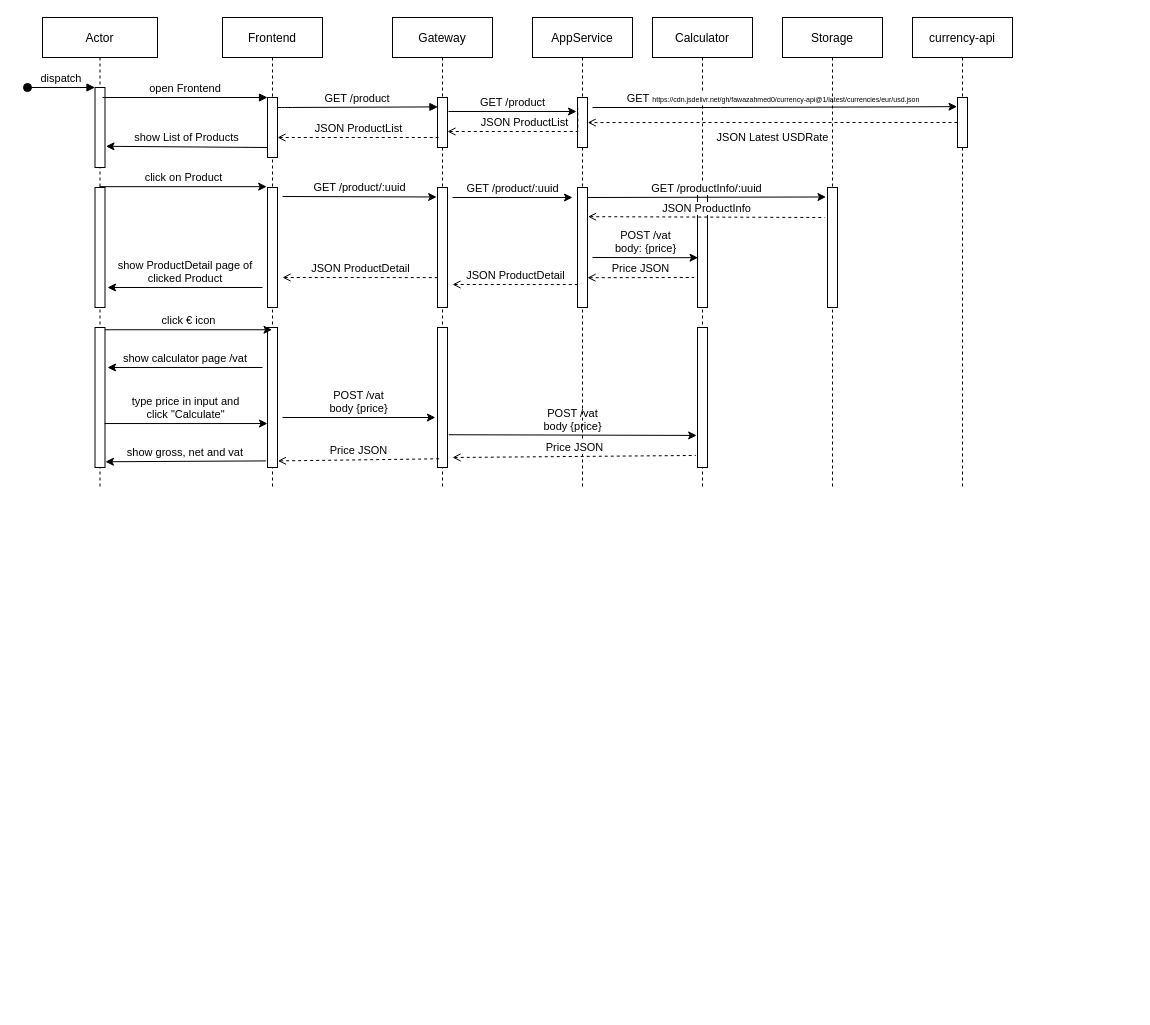
Above: sequence-diagram/sequenceNoMQ.drawio in sayildiz/kbe_documentation (draw.io), before the change. Source tidied: cells renumbered, new cells numbered last; positions are measured from the earlier drawing's top-left corner, leaving out a move shared by most shapes. Both pictures are drawn from the tidied source at 100%, with x=0, y=0 at pixel (27, 17).
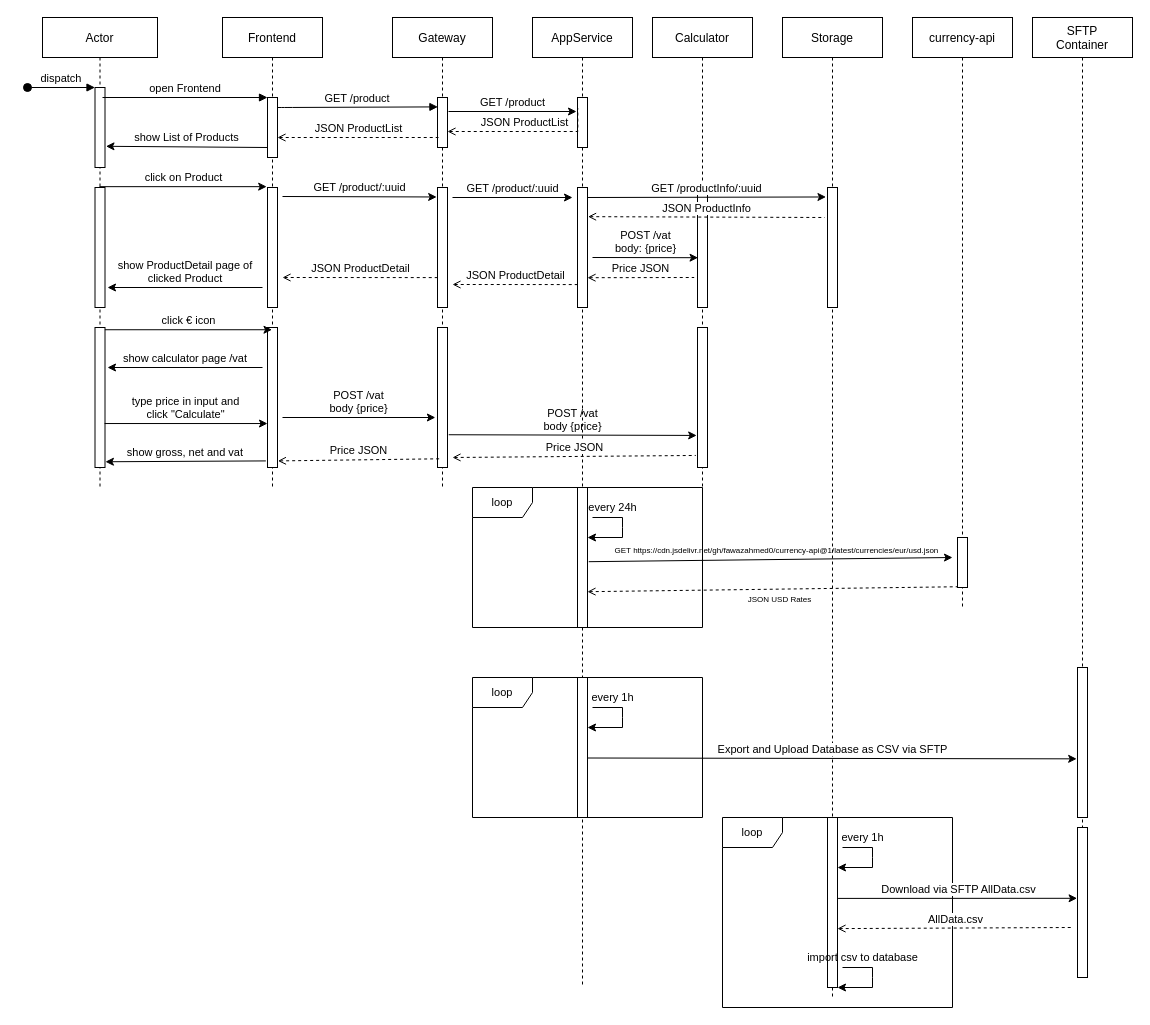
The same page after the edit.

Commit message (it also covers changes not shown here):
updated sequence diagram

The change refers to these unchanged cells:
```xml
<mxCell id="19" style="points=[];perimeter=orthogonalPerimeter;rounded=0;shadow=0;strokeWidth=1;" parent="17" vertex="1">
  <mxGeometry x="45" y="80" width="10" height="50" as="geometry" />
</mxCell>
<mxCell id="22" value="Calculator" style="shape=umlLifeline;perimeter=lifelinePerimeter;rounded=0;shadow=0;strokeWidth=1;" parent="1" vertex="1">
  <mxGeometry x="625" width="100" height="470" as="geometry" />
</mxCell>
```

The edit, as a diff of the source:
```diff
@@
+    <mxCell id="51" value="loop" style="shape=umlFrame;whiteSpace=wrap;html=1;fontSize=11;" parent="1" vertex="1">
+      <mxGeometry x="695" y="800" width="230" height="190" as="geometry" />
+    </mxCell>
+    <mxCell id="52" style="endArrow=classic;html=1;rounded=0;labelBackgroundColor=none;fontSize=11;" parent="1" edge="1" target="64">
+      <mxGeometry relative="1" as="geometry">
+        <mxPoint x="815" y="830" as="sourcePoint" />
+        <Array as="points">
+          <mxPoint x="845" y="830" />
+          <mxPoint x="845" y="840" />
+          <mxPoint x="845" y="850" />
+        </Array>
+      </mxGeometry>
+    </mxCell>
+    <mxCell id="53" value="every 1h" style="text;html=1;align=center;verticalAlign=middle;strokeColor=none;fillColor=none;fontSize=11;" parent="1" vertex="1">
+      <mxGeometry x="805" y="810" width="60" height="20" as="geometry" />
+    </mxCell>
+    <mxCell id="54" value="loop" style="shape=umlFrame;whiteSpace=wrap;html=1;fontSize=11;" parent="1" vertex="1">
+      <mxGeometry x="445" y="660" width="230" height="140" as="geometry" />
+    </mxCell>
+    <mxCell id="55" style="endArrow=classic;html=1;rounded=0;labelBackgroundColor=none;fontSize=11;" parent="1" edge="1" target="60">
+      <mxGeometry relative="1" as="geometry">
+        <mxPoint x="565" y="690" as="sourcePoint" />
+        <Array as="points">
+          <mxPoint x="595" y="690" />
+          <mxPoint x="595" y="700" />
+          <mxPoint x="595" y="710" />
+        </Array>
+      </mxGeometry>
+    </mxCell>
+    <mxCell id="56" value="every 1h" style="text;html=1;align=center;verticalAlign=middle;strokeColor=none;fillColor=none;fontSize=11;" parent="1" vertex="1">
+      <mxGeometry x="555" y="670" width="60" height="20" as="geometry" />
+    </mxCell>
+    <mxCell id="57" value="loop" style="shape=umlFrame;whiteSpace=wrap;html=1;fontSize=11;" parent="1" vertex="1">
+      <mxGeometry x="445" y="470" width="230" height="140" as="geometry" />
+    </mxCell>
@@
     <mxCell id="17" value="AppService" style="shape=umlLifeline;perimeter=lifelinePerimeter;rounded=0;shadow=0;strokeWidth=1;" parent="1" vertex="1">
-      <mxGeometry x="505" width="100" height="470" as="geometry" />
+      <mxGeometry x="505" width="100" height="970" as="geometry" />
     </mxCell>
@@
+    <mxCell id="58" style="points=[];perimeter=orthogonalPerimeter;rounded=0;shadow=0;strokeWidth=1;" parent="17" vertex="1">
+      <mxGeometry x="45" y="470" width="10" height="140" as="geometry" />
+    </mxCell>
+    <mxCell id="59" style="endArrow=classic;html=1;rounded=0;labelBackgroundColor=none;fontSize=11;" parent="17" edge="1" target="58">
+      <mxGeometry relative="1" as="geometry">
+        <mxPoint x="60" y="500" as="sourcePoint" />
+        <Array as="points">
+          <mxPoint x="90" y="500" />
+          <mxPoint x="90" y="510" />
+          <mxPoint x="90" y="520" />
+        </Array>
+      </mxGeometry>
+    </mxCell>
@@
-    <mxCell id="25" value="GET&amp;nbsp;&lt;font style=&quot;font-size: 7px&quot;&gt;https://cdn.jsdelivr.net/gh/fawazahmed0/currency-api@1/latest/currencies/eur/usd.json&lt;/font&gt;&amp;nbsp;" style="edgeStyle=orthogonalEdgeStyle;rounded=0;jettySize=auto;html=1;verticalAlign=bottom;entryX=-0.048;entryY=0.183;entryDx=0;entryDy=0;entryPerimeter=0;" parent="22" edge="1" target="35">
-      <mxGeometry relative="1" as="geometry">
-        <mxPoint x="-60" y="90" as="sourcePoint" />
-        <Array as="points">
-          <mxPoint x="68" y="90" />
-        </Array>
-      </mxGeometry>
-    </mxCell>
@@
+    <mxCell id="60" style="points=[];perimeter=orthogonalPerimeter;rounded=0;shadow=0;strokeWidth=1;" parent="1" vertex="1">
+      <mxGeometry x="550" y="660" width="10" height="140" as="geometry" />
+    </mxCell>
@@
     <mxCell id="32" value="Storage" style="shape=umlLifeline;perimeter=lifelinePerimeter;rounded=0;shadow=0;strokeWidth=1;" parent="1" vertex="1">
-      <mxGeometry x="755" width="100" height="470" as="geometry" />
+      <mxGeometry x="755" width="100" height="980" as="geometry" />
     </mxCell>
@@
+    <mxCell id="61" value="Export and Upload Database as CSV via SFTP" style="endArrow=classic;html=1;rounded=0;verticalAlign=bottom;entryX=-0.083;entryY=0.609;entryDx=0;entryDy=0;entryPerimeter=0;" parent="32" edge="1" target="67">
+      <mxGeometry relative="1" as="geometry">
+        <mxPoint x="-195" y="740.5" as="sourcePoint" />
+      </mxGeometry>
+    </mxCell>
+    <mxCell id="62" style="endArrow=classic;html=1;rounded=0;labelBackgroundColor=none;fontSize=11;" parent="32" edge="1">
+      <mxGeometry relative="1" as="geometry">
+        <mxPoint x="60" y="950" as="sourcePoint" />
+        <mxPoint x="55" y="970" as="targetPoint" />
+        <Array as="points">
+          <mxPoint x="90" y="950" />
+          <mxPoint x="90" y="960" />
+          <mxPoint x="90" y="970" />
+        </Array>
+      </mxGeometry>
+    </mxCell>
     <mxCell id="34" value="currency-api" style="shape=umlLifeline;perimeter=lifelinePerimeter;rounded=0;shadow=0;strokeWidth=1;" parent="1" vertex="1">
-      <mxGeometry x="885" width="100" height="470" as="geometry" />
+      <mxGeometry x="885" width="100" height="590" as="geometry" />
     </mxCell>
     <mxCell id="35" style="points=[];perimeter=orthogonalPerimeter;rounded=0;shadow=0;strokeWidth=1;" parent="34" vertex="1">
-      <mxGeometry x="45" y="80" width="10" height="50" as="geometry" />
+      <mxGeometry x="45" y="520" width="10" height="50" as="geometry" />
     </mxCell>
+    <mxCell id="63" value="JSON USD Rates" style="endArrow=none;html=1;rounded=0;labelBackgroundColor=none;fontSize=8;exitX=1.125;exitY=0.53;exitDx=0;exitDy=0;exitPerimeter=0;verticalAlign=bottom;startArrow=open;startFill=0;endFill=0;dashed=1;entryX=0;entryY=0.985;entryDx=0;entryDy=0;entryPerimeter=0;" parent="34" edge="1" target="35">
+      <mxGeometry x="0.04" y="-18" relative="1" as="geometry">
+        <mxPoint x="-325" y="574.2" as="sourcePoint" />
+      </mxGeometry>
+    </mxCell>
@@
+    <mxCell id="64" style="points=[];perimeter=orthogonalPerimeter;rounded=0;shadow=0;strokeWidth=1;" parent="1" vertex="1">
+      <mxGeometry x="800" y="800" width="10" height="170" as="geometry" />
+    </mxCell>
@@
-    <mxCell id="39" value="&#10;&#10;&lt;span style=&quot;color: rgb(0, 0, 0); font-family: helvetica; font-size: 11px; font-style: normal; font-weight: 400; letter-spacing: normal; text-align: center; text-indent: 0px; text-transform: none; word-spacing: 0px; display: inline; float: none;&quot;&gt;JSON Latest USDRate&lt;/span&gt;&#10;&#10;" style="edgeStyle=orthogonalEdgeStyle;rounded=0;jettySize=auto;html=1;entryX=1.021;entryY=0.501;entryDx=0;entryDy=0;entryPerimeter=0;dashed=1;fontSize=7;startArrow=none;startFill=0;endArrow=open;endFill=0;verticalAlign=top;align=center;labelBackgroundColor=none;" parent="1" edge="1" source="35" target="19">
-      <mxGeometry y="-15" relative="1" as="geometry">
-        <Array as="points">
-          <mxPoint x="795" y="105" />
-          <mxPoint x="795" y="105" />
-        </Array>
-      </mxGeometry>
-    </mxCell>
@@
+    <mxCell id="65" value="every 24h" style="text;html=1;align=center;verticalAlign=middle;strokeColor=none;fillColor=none;fontSize=11;" parent="1" vertex="1">
+      <mxGeometry x="555" y="480" width="60" height="20" as="geometry" />
+    </mxCell>
+    <mxCell id="25" value="&#10;&#10;&lt;span style=&quot;color: rgb(0, 0, 0); font-family: helvetica; font-size: 8px; font-style: normal; font-weight: 400; letter-spacing: normal; text-align: center; text-indent: 0px; text-transform: none; word-spacing: 0px; background-color: rgb(255, 255, 255); display: inline; float: none;&quot;&gt;GET&amp;nbsp;&lt;/span&gt;&lt;font style=&quot;color: rgb(0, 0, 0); font-family: helvetica; font-style: normal; font-weight: 400; letter-spacing: normal; text-align: center; text-indent: 0px; text-transform: none; word-spacing: 0px; font-size: 8px;&quot;&gt;https://cdn.jsdelivr.net/gh/fawazahmed0/currency-api@1/latest/currencies/eur/usd.json&lt;/font&gt;&lt;span style=&quot;color: rgb(0, 0, 0); font-family: helvetica; font-size: 8px; font-style: normal; font-weight: 400; letter-spacing: normal; text-align: center; text-indent: 0px; text-transform: none; word-spacing: 0px; background-color: rgb(255, 255, 255); display: inline; float: none;&quot;&gt;&amp;nbsp;&lt;/span&gt;&#10;&#10;" style="endArrow=classic;html=1;rounded=0;labelBackgroundColor=none;fontSize=8;exitX=1.125;exitY=0.53;exitDx=0;exitDy=0;exitPerimeter=0;verticalAlign=bottom;" parent="1" edge="1" source="58">
+      <mxGeometry x="0.04" y="-18" relative="1" as="geometry">
+        <mxPoint x="925" y="540" as="targetPoint" />
+      </mxGeometry>
+    </mxCell>
+    <mxCell id="66" value="SFTP&#10;Container" style="shape=umlLifeline;perimeter=lifelinePerimeter;rounded=0;shadow=0;strokeWidth=1;" parent="1" vertex="1">
+      <mxGeometry x="1005" width="100" height="960" as="geometry" />
+    </mxCell>
+    <mxCell id="67" style="points=[];perimeter=orthogonalPerimeter;rounded=0;shadow=0;strokeWidth=1;" parent="66" vertex="1">
+      <mxGeometry x="45" y="650" width="10" height="150" as="geometry" />
+    </mxCell>
+    <mxCell id="68" style="perimeter=orthogonalPerimeter;rounded=0;shadow=0;strokeWidth=1;" parent="66" vertex="1">
+      <mxGeometry x="45" y="810" width="10" height="150" as="geometry" />
+    </mxCell>
+    <mxCell id="69" value="Download via SFTP AllData.csv" style="endArrow=classic;html=1;rounded=0;verticalAlign=bottom;entryX=-0.083;entryY=0.609;entryDx=0;entryDy=0;entryPerimeter=0;exitX=1.057;exitY=0.476;exitDx=0;exitDy=0;exitPerimeter=0;" parent="1" edge="1" source="64">
+      <mxGeometry relative="1" as="geometry">
+        <mxPoint x="1049.6" y="880.8" as="targetPoint" />
+      </mxGeometry>
+    </mxCell>
+    <mxCell id="70" value="AllData.csv" style="endArrow=none;html=1;rounded=0;verticalAlign=bottom;entryX=-0.083;entryY=0.609;entryDx=0;entryDy=0;entryPerimeter=0;exitX=1.343;exitY=0.585;exitDx=0;exitDy=0;exitPerimeter=0;startArrow=open;startFill=0;endFill=0;dashed=1;" parent="1" edge="1">
+      <mxGeometry relative="1" as="geometry">
+        <mxPoint x="810" y="911.1" as="sourcePoint" />
+        <mxPoint x="1046.2" y="910" as="targetPoint" />
+      </mxGeometry>
+    </mxCell>
+    <mxCell id="71" value="import csv to database" style="text;html=1;align=center;verticalAlign=middle;strokeColor=none;fillColor=none;fontSize=11;" parent="1" vertex="1">
+      <mxGeometry x="770" y="930" width="130" height="20" as="geometry" />
+    </mxCell>
```
